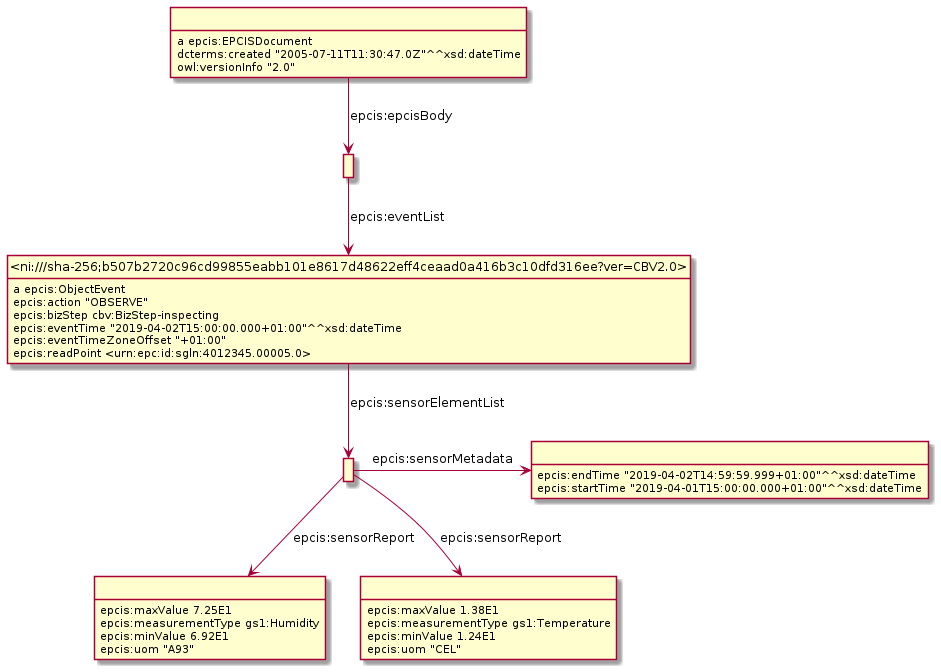
Above: Diagrams/WithSensorData/SensorDataExample3.png in gs1/EPCIS (PlantUML), before the change.
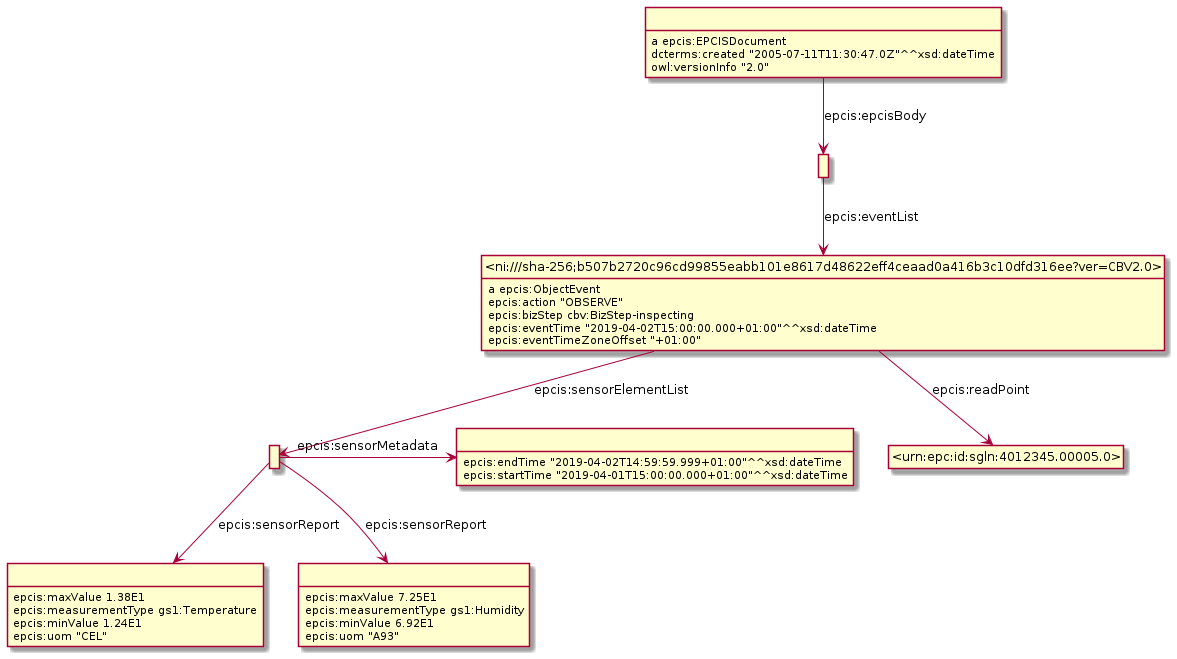
The same diagram one commit later.

What changed in the source:
```diff
@@ -3,36 +3,37 @@
 hide empty attributes
 hide circle
 skinparam classAttributeIconSize 0
-class _r1631889710r4_ as " "
-_r1631889710r4_ : epcis:maxValue 7.25E1
-_r1631889710r4_ : epcis:measurementType gs1:Humidity
-_r1631889710r4_ : epcis:minValue 6.92E1
-_r1631889710r4_ : epcis:uom "A93"
-class _r1631889710r2_ as " "
-class _r1631889710r5_ as " "
-_r1631889710r2_ -down-> _r1631889710r5_ : epcis:sensorReport
-_r1631889710r2_ -down-> _r1631889710r4_ : epcis:sensorReport
-class _r1631889710r3_ as " "
-_r1631889710r2_ -right-> _r1631889710r3_ : epcis:sensorMetadata
-class _r1631889710r0_ as " "
-_r1631889710r0_ : a epcis:EPCISDocument
-class _r1631889710r1_ as " "
-_r1631889710r0_ -down-> _r1631889710r1_ : epcis:epcisBody
-_r1631889710r0_ : dcterms:created "2005-07-11T11:30:47.0Z"^^xsd:dateTime
-_r1631889710r0_ : owl:versionInfo "2.0"
 class _ni_sha_256_b507b2720c96cd99855eabb101e8617d48622eff4ceaad0a416b3c10dfd316ee_ver_CBV2_0_ as "<ni:///sha-256;b507b2720c96cd99855eabb101e8617d48622eff4ceaad0a416b3c10dfd316ee?ver=CBV2.0>"
 _ni_sha_256_b507b2720c96cd99855eabb101e8617d48622eff4ceaad0a416b3c10dfd316ee_ver_CBV2_0_ : a epcis:ObjectEvent
-_ni_sha_256_b507b2720c96cd99855eabb101e8617d48622eff4ceaad0a416b3c10dfd316ee_ver_CBV2_0_ -down-> _r1631889710r2_ : epcis:sensorElementList
+class _urn_epc_id_sgln_4012345_00005_0_ as "<urn:epc:id:sgln:4012345.00005.0>"
+_ni_sha_256_b507b2720c96cd99855eabb101e8617d48622eff4ceaad0a416b3c10dfd316ee_ver_CBV2_0_ -down-> _urn_epc_id_sgln_4012345_00005_0_ : epcis:readPoint
+class _r1632232151r2_ as " "
+_ni_sha_256_b507b2720c96cd99855eabb101e8617d48622eff4ceaad0a416b3c10dfd316ee_ver_CBV2_0_ -down-> _r1632232151r2_ : epcis:sensorElementList
 _ni_sha_256_b507b2720c96cd99855eabb101e8617d48622eff4ceaad0a416b3c10dfd316ee_ver_CBV2_0_ : epcis:action "OBSERVE"
 _ni_sha_256_b507b2720c96cd99855eabb101e8617d48622eff4ceaad0a416b3c10dfd316ee_ver_CBV2_0_ : epcis:bizStep cbv:BizStep-inspecting
 _ni_sha_256_b507b2720c96cd99855eabb101e8617d48622eff4ceaad0a416b3c10dfd316ee_ver_CBV2_0_ : epcis:eventTime "2019-04-02T15:00:00.000+01:00"^^xsd:dateTime
 _ni_sha_256_b507b2720c96cd99855eabb101e8617d48622eff4ceaad0a416b3c10dfd316ee_ver_CBV2_0_ : epcis:eventTimeZoneOffset "+01:00"
-_ni_sha_256_b507b2720c96cd99855eabb101e8617d48622eff4ceaad0a416b3c10dfd316ee_ver_CBV2_0_ : epcis:readPoint <urn:epc:id:sgln:4012345.00005.0>
-_r1631889710r5_ : epcis:maxValue 1.38E1
-_r1631889710r5_ : epcis:measurementType gs1:Temperature
-_r1631889710r5_ : epcis:minValue 1.24E1
-_r1631889710r5_ : epcis:uom "CEL"
-_r1631889710r1_ -down-> _ni_sha_256_b507b2720c96cd99855eabb101e8617d48622eff4ceaad0a416b3c10dfd316ee_ver_CBV2_0_ : epcis:eventList
-_r1631889710r3_ : epcis:endTime "2019-04-02T14:59:59.999+01:00"^^xsd:dateTime
-_r1631889710r3_ : epcis:startTime "2019-04-01T15:00:00.000+01:00"^^xsd:dateTime
+class _r1632232151r5_ as " "
+_r1632232151r5_ : epcis:maxValue 1.38E1
+_r1632232151r5_ : epcis:measurementType gs1:Temperature
+_r1632232151r5_ : epcis:minValue 1.24E1
+_r1632232151r5_ : epcis:uom "CEL"
+class _r1632232151r4_ as " "
+_r1632232151r4_ : epcis:maxValue 7.25E1
+_r1632232151r4_ : epcis:measurementType gs1:Humidity
+_r1632232151r4_ : epcis:minValue 6.92E1
+_r1632232151r4_ : epcis:uom "A93"
+class _r1632232151r3_ as " "
+_r1632232151r2_ -right-> _r1632232151r3_ : epcis:sensorMetadata
+_r1632232151r2_ -down-> _r1632232151r4_ : epcis:sensorReport
+_r1632232151r2_ -down-> _r1632232151r5_ : epcis:sensorReport
+class _r1632232151r1_ as " "
+_r1632232151r1_ -down-> _ni_sha_256_b507b2720c96cd99855eabb101e8617d48622eff4ceaad0a416b3c10dfd316ee_ver_CBV2_0_ : epcis:eventList
+class _r1632232151r0_ as " "
+_r1632232151r0_ : a epcis:EPCISDocument
+_r1632232151r0_ -down-> _r1632232151r1_ : epcis:epcisBody
+_r1632232151r0_ : dcterms:created "2005-07-11T11:30:47.0Z"^^xsd:dateTime
+_r1632232151r0_ : owl:versionInfo "2.0"
+_r1632232151r3_ : epcis:endTime "2019-04-02T14:59:59.999+01:00"^^xsd:dateTime
+_r1632232151r3_ : epcis:startTime "2019-04-01T15:00:00.000+01:00"^^xsd:dateTime
 @enduml
```
